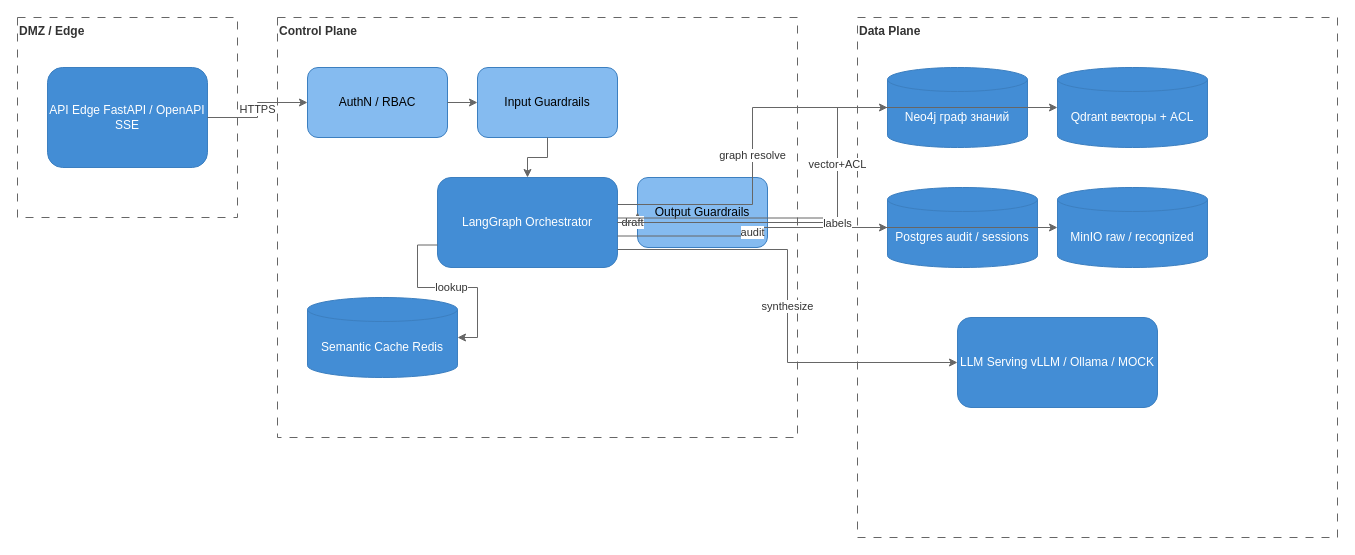
YuesIt17/yuit-docs-ai-architect-platform keeps this draw.io diagram as diagrams/c4-container.drawio. Above is the earlier version. Source tidied: cells renumbered, new cells numbered last; positions are measured from the earlier drawing's top-left corner, leaving out a move shared by most shapes. Both pictures are drawn from the tidied source at 100%, with x=0, y=0 at pixel (17, 17).
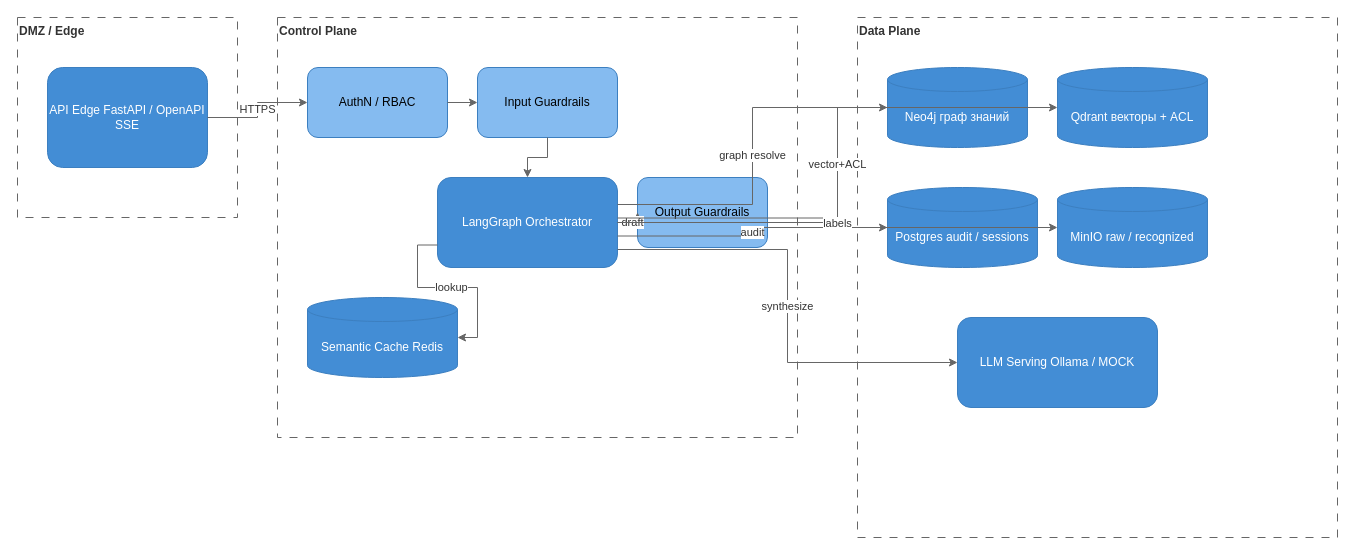
The same diagram, later.

The change refers to these unchanged cells:
```xml
<mxCell id="10" value="Data Plane" style="rounded=0;whiteSpace=wrap;html=1;dashed=1;dashPattern=8 8;fillColor=none;strokeColor=#666666;align=left;verticalAlign=top;fontStyle=1;fontColor=#333333;" parent="1" vertex="1">
  <mxGeometry x="840" width="480" height="520" as="geometry" />
</mxCell>
```

Change to the diagram source:
```diff
@@
-    <mxCell id="15" value="LLM Serving&amp;#10;vLLM / Ollama / MOCK" style="rounded=1;whiteSpace=wrap;html=1;fillColor=#438DD5;strokeColor=#3C7FC0;fontColor=#ffffff;align=center;" parent="10" vertex="1">
+    <mxCell id="15" value="LLM Serving&amp;#10;Ollama / MOCK" style="rounded=1;whiteSpace=wrap;html=1;fillColor=#438DD5;strokeColor=#3C7FC0;fontColor=#ffffff;align=center;" parent="10" vertex="1">
       <mxGeometry x="100" y="300" width="200" height="90" as="geometry" />
     </mxCell>
```
